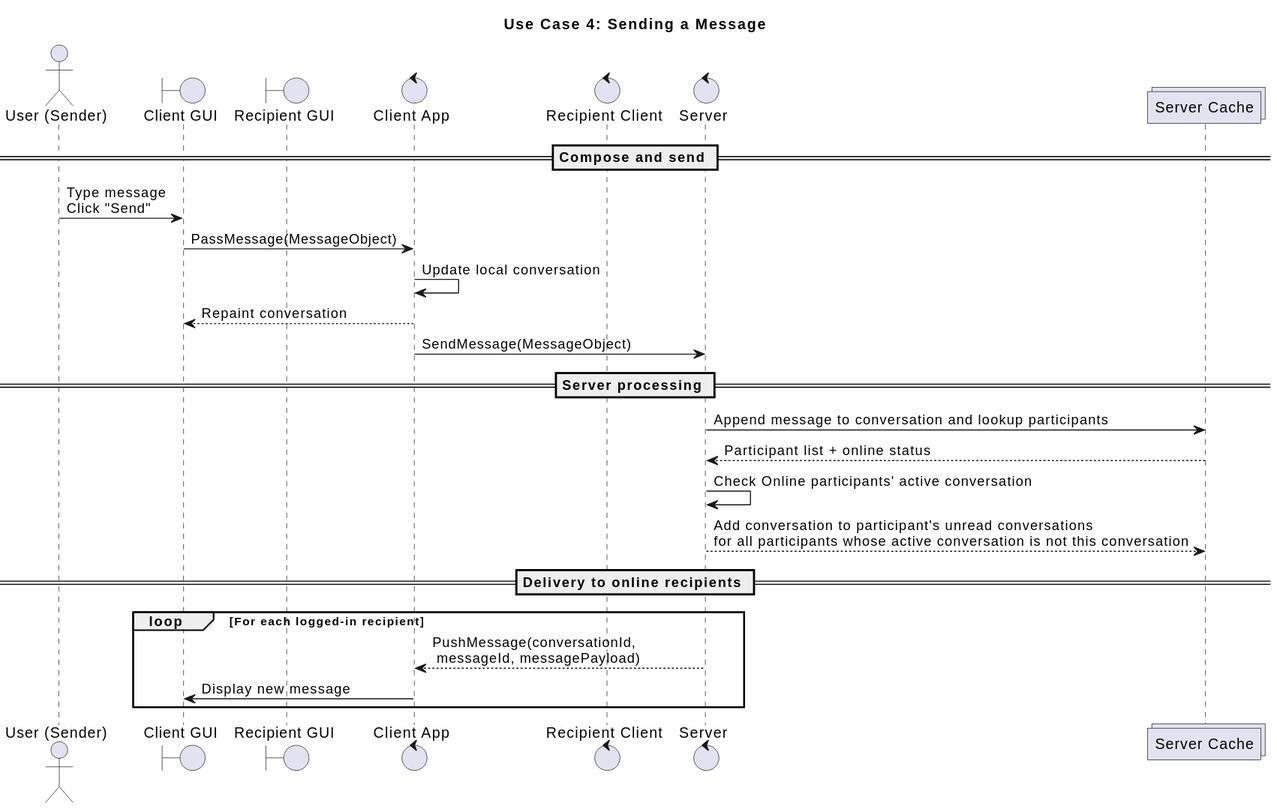
Earlier version of the PlantUML export docs/diagrams/SequenceDiagrams/4-SendingAMessage.svg (NubezVilla/CS_401_Group_1).
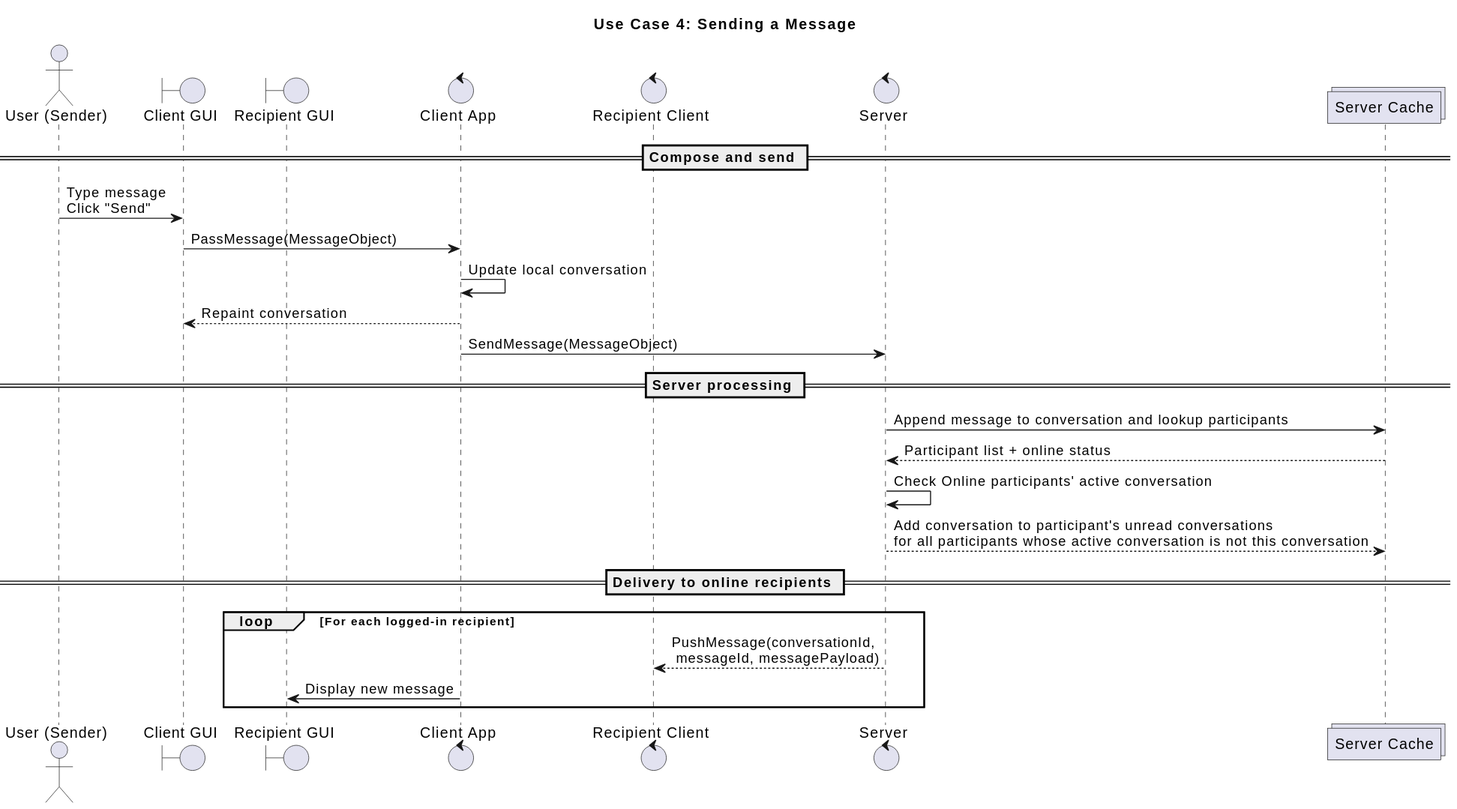
The same diagram one commit later.

Commit message:
docs: auto-render PlantUML diagrams

Diff of the diagram source:
```diff
@@ -23,7 +23,7 @@
 Server --> Cache: Add conversation to participant's unread conversations\nfor all participants whose active conversation is not this conversation
 == Delivery to online recipients ==
 loop For each logged-in recipient
-  Server --> Client: PushMessage(conversationId,\n messageId, messagePayload)
-  Client -> GUI: Display new message
+  Server --> Recipient: PushMessage(conversationId,\n messageId, messagePayload)
+  Client -> cGUI: Display new message
 end
 @enduml
```
